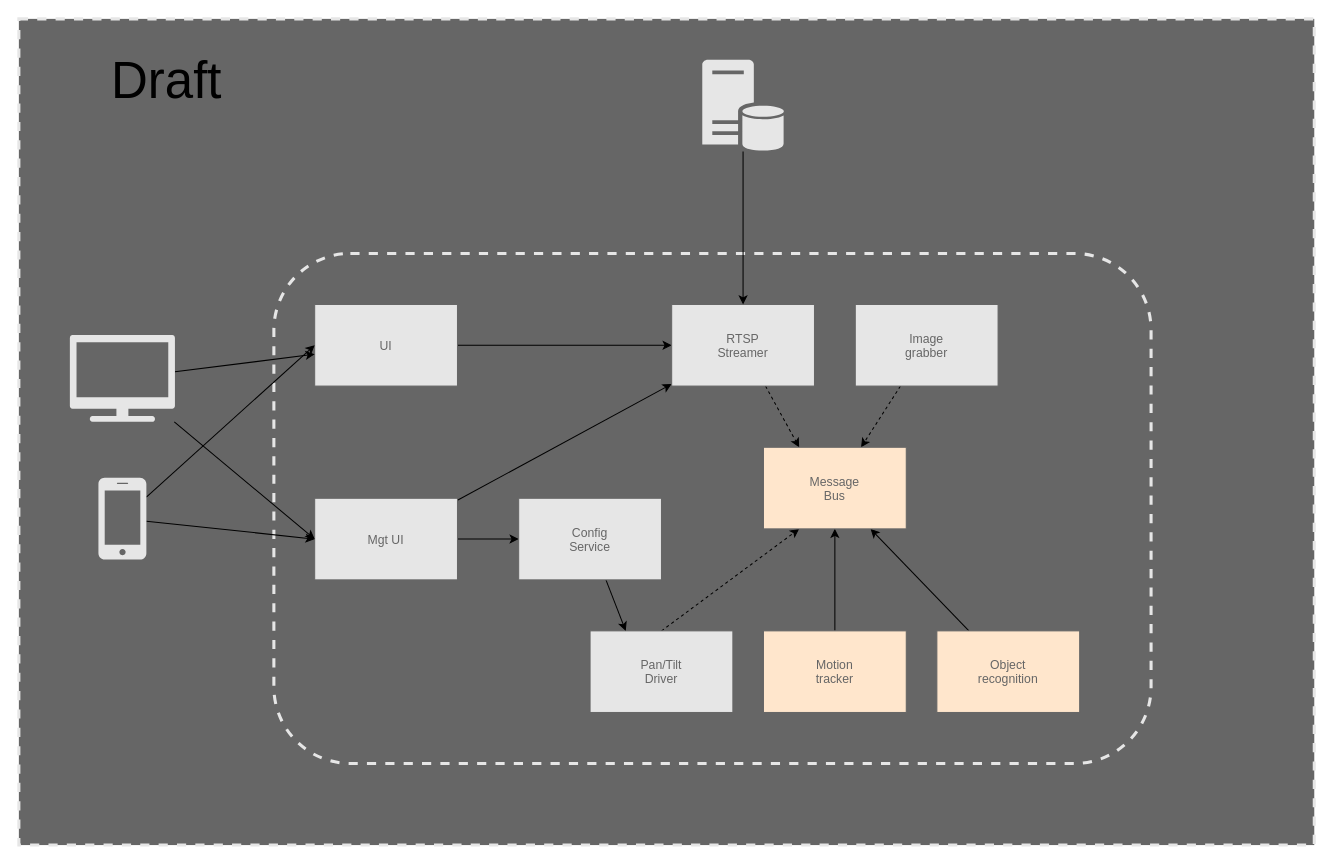
This is doc/images/architecture.drawio from tinkerfu-io/thivicam, a draw.io file, before an edit. Source tidied: cells renumbered, new cells numbered last; positions are measured from the earlier drawing's top-left corner, leaving out a move shared by most shapes. Both pictures are drawn from the tidied source at 102%, with x=0, y=0 at pixel (18, 18).
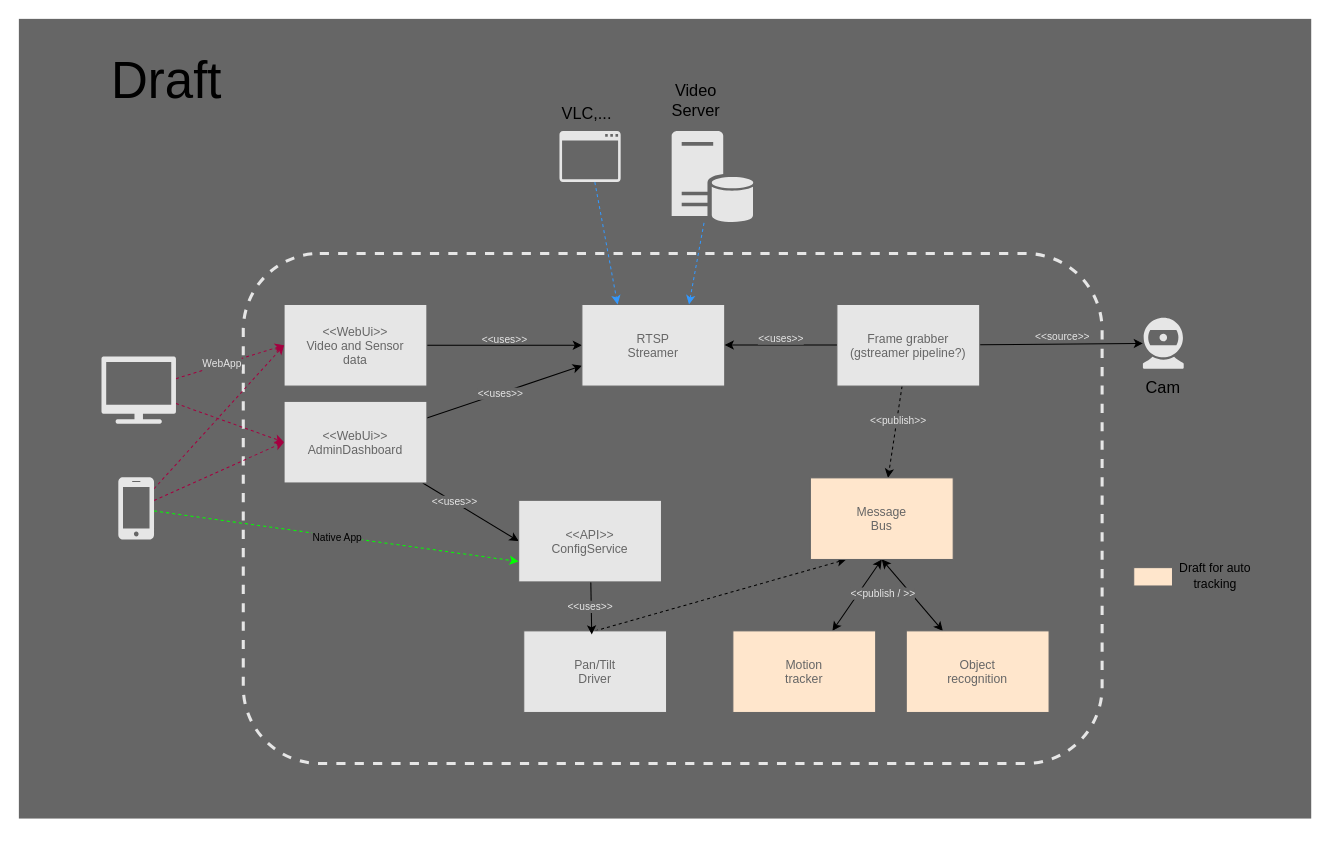
The same diagram, later.

Commit message (it also covers changes not shown here):
Updated software architecture draft

The change refers to these unchanged cells:
```xml
<mxCell id="4" style="edgeStyle=none;rounded=0;jumpSize=6;jettySize=auto;html=1;entryX=0;entryY=0.5;entryDx=0;entryDy=0;sourcePerimeterSpacing=0;endSize=6;targetPerimeterSpacing=0;strokeWidth=1;fontColor=#666666;" parent="1" edge="1" source="5" target="10">
  <mxGeometry relative="1" as="geometry" />
</mxCell>
<mxCell id="6" style="edgeStyle=none;rounded=0;jumpSize=6;jettySize=auto;html=1;entryX=0;entryY=0.5;entryDx=0;entryDy=0;sourcePerimeterSpacing=0;endSize=6;targetPerimeterSpacing=0;strokeWidth=1;fontColor=#666666;" parent="1" edge="1" source="8" target="21">
  <mxGeometry relative="1" as="geometry" />
</mxCell>
```

What changed in the source:
```diff
@@
-    <mxCell id="2" style="rounded=0;whiteSpace=wrap;html=1;dashed=1;strokeColor=#E6E6E6;strokeWidth=3;fontColor=#666666;fillColor=#666666;" parent="1" vertex="1">
-      <mxGeometry width="1270" height="810" as="geometry" />
+    <mxCell id="2" style="rounded=0;whiteSpace=wrap;html=1;dashed=1;strokeWidth=3;fontColor=#666666;fillColor=#666666;strokeColor=none;" parent="1" vertex="1">
+      <mxGeometry width="1267" height="784" as="geometry" />
     </mxCell>
     <mxCell id="3" style="rounded=1;whiteSpace=wrap;html=1;fontColor=#666666;fillColor=none;dashed=1;perimeterSpacing=3;strokeWidth=3;strokeColor=#E6E6E6;" parent="1" vertex="1">
-      <mxGeometry x="250" y="230" width="860" height="500" as="geometry" />
+      <mxGeometry x="220" y="230" width="842" height="500" as="geometry" />
     </mxCell>
@@
+    <mxCell id="31" value="&amp;lt;&amp;lt;uses&amp;gt;&amp;gt;" style="edgeLabel;html=1;align=center;verticalAlign=middle;fontSize=10;labelBackgroundColor=none;fontColor=#E6E6E6;" parent="4" vertex="1">
+      <mxGeometry x="-0.3" y="-1" relative="1" as="geometry">
+        <mxPoint x="22" y="-8" as="offset" />
+      </mxGeometry>
+    </mxCell>
-    <mxCell id="5" value="UI" style="fontStyle=0;strokeColor=#666666;fillColor=#E6E6E6;fontColor=#666666;" parent="1" vertex="1">
-      <mxGeometry x="290" y="280" width="140" height="80" as="geometry" />
+    <mxCell id="5" value="&lt;&lt;WebUi&gt;&gt;&#10;Video and Sensor&#10;data" style="fontStyle=0;strokeColor=#666666;fillColor=#E6E6E6;fontColor=#666666;" parent="1" vertex="1">
+      <mxGeometry x="260" y="280" width="140" height="80" as="geometry" />
     </mxCell>
@@
+    <mxCell id="32" value="&amp;lt;&amp;lt;uses&amp;gt;&amp;gt;" style="edgeLabel;html=1;align=center;verticalAlign=middle;fontSize=10;labelBackgroundColor=#666666;fontColor=#E6E6E6;" parent="6" vertex="1">
+      <mxGeometry x="-0.37" y="1" relative="1" as="geometry" />
+    </mxCell>
-    <mxCell id="7" style="edgeStyle=none;rounded=0;jumpSize=6;jettySize=auto;html=1;sourcePerimeterSpacing=0;endSize=6;targetPerimeterSpacing=0;strokeWidth=1;fontColor=#666666;" parent="1" edge="1" source="8" target="10">
+    <mxCell id="7" style="edgeStyle=none;rounded=0;jumpSize=6;jettySize=auto;html=1;sourcePerimeterSpacing=0;endSize=6;targetPerimeterSpacing=0;strokeWidth=1;fontColor=#666666;entryX=0;entryY=0.75;entryDx=0;entryDy=0;" parent="1" edge="1" source="8" target="10">
       <mxGeometry relative="1" as="geometry" />
     </mxCell>
+    <mxCell id="33" value="&amp;lt;&amp;lt;uses&amp;gt;&amp;gt;" style="edgeLabel;html=1;align=center;verticalAlign=middle;fontSize=10;fontColor=#E6E6E6;labelBackgroundColor=#666666;" parent="7" vertex="1">
+      <mxGeometry x="-0.2" relative="1" as="geometry">
+        <mxPoint x="10.8" y="-4" as="offset" />
+      </mxGeometry>
+    </mxCell>
-    <mxCell id="8" value="Mgt UI" style="fontStyle=0;strokeColor=#666666;fillColor=#E6E6E6;fontColor=#666666;" parent="1" vertex="1">
-      <mxGeometry x="290" y="470" width="140" height="80" as="geometry" />
+    <mxCell id="8" value="&lt;&lt;WebUi&gt;&gt;&#10;AdminDashboard" style="fontStyle=0;strokeColor=#666666;fillColor=#E6E6E6;fontColor=#666666;" parent="1" vertex="1">
+      <mxGeometry x="260" y="375" width="140" height="80" as="geometry" />
     </mxCell>
-    <mxCell id="9" style="edgeStyle=none;rounded=0;jettySize=auto;html=1;entryX=0.25;entryY=0;entryDx=0;entryDy=0;fontColor=#666666;dashed=1;strokeWidth=1;sourcePerimeterSpacing=0;targetPerimeterSpacing=0;endSize=6;jumpSize=6;" parent="1" edge="1" source="10" target="19">
-      <mxGeometry relative="1" as="geometry" />
-    </mxCell>
     <mxCell id="10" value="RTSP&#10;Streamer" style="fontStyle=0;strokeColor=#666666;fillColor=#E6E6E6;fontColor=#666666;" parent="1" vertex="1">
-      <mxGeometry x="640" y="280" width="140" height="80" as="geometry" />
+      <mxGeometry x="552" y="280" width="140" height="80" as="geometry" />
     </mxCell>
-    <mxCell id="11" style="edgeStyle=none;rounded=0;jettySize=auto;html=1;entryX=0.75;entryY=1;entryDx=0;entryDy=0;fontColor=#666666;" parent="1" edge="1" source="12" target="19">
+    <mxCell id="11" style="edgeStyle=none;rounded=0;jettySize=auto;html=1;entryX=0.5;entryY=1;entryDx=0;entryDy=0;fontColor=#666666;startArrow=classic;startFill=1;" parent="1" edge="1" source="12" target="19">
       <mxGeometry relative="1" as="geometry" />
     </mxCell>
     <mxCell id="12" value="Object&#10;recognition" style="fontStyle=0;strokeColor=#666666;fontColor=#666666;fillColor=#FFE6CC;" parent="1" vertex="1">
-      <mxGeometry x="900" y="600" width="140" height="80" as="geometry" />
+      <mxGeometry x="870" y="600" width="140" height="80" as="geometry" />
     </mxCell>
-    <mxCell id="13" style="edgeStyle=none;rounded=0;jettySize=auto;html=1;entryX=0.5;entryY=1;entryDx=0;entryDy=0;fontColor=#666666;" parent="1" edge="1" source="14" target="19">
+    <mxCell id="13" style="edgeStyle=none;rounded=0;jettySize=auto;html=1;entryX=0.5;entryY=1;entryDx=0;entryDy=0;fontColor=#666666;startArrow=classic;startFill=1;" parent="1" edge="1" source="14" target="19">
       <mxGeometry relative="1" as="geometry" />
     </mxCell>
     <mxCell id="14" value="Motion&#10;tracker" style="fontStyle=0;strokeColor=#666666;fontColor=#666666;fillColor=#FFE6CC;" parent="1" vertex="1">
-      <mxGeometry x="730" y="600" width="140" height="80" as="geometry" />
+      <mxGeometry x="700" y="600" width="140" height="80" as="geometry" />
     </mxCell>
@@
+    <mxCell id="34" style="edgeStyle=none;rounded=0;jettySize=auto;html=1;fontSize=18;" parent="1" edge="1" source="16" target="45">
+      <mxGeometry relative="1" as="geometry" />
+    </mxCell>
+    <mxCell id="35" value="&amp;lt;&amp;lt;source&amp;gt;&amp;gt;" style="edgeLabel;html=1;align=center;verticalAlign=middle;fontSize=10;fontColor=#E6E6E6;labelBackgroundColor=#666666;" parent="34" vertex="1">
+      <mxGeometry x="-0.18" y="-2" relative="1" as="geometry">
+        <mxPoint x="14.1" y="-10.9" as="offset" />
+      </mxGeometry>
+    </mxCell>
+    <mxCell id="36" value="&amp;lt;&amp;lt;publish&amp;gt;&amp;gt;" style="edgeLabel;html=1;align=center;verticalAlign=middle;fontSize=10;fontColor=#E6E6E6;labelBackgroundColor=#666666;" parent="34" vertex="1">
+      <mxGeometry x="-0.18" y="-2" relative="1" as="geometry">
+        <mxPoint x="-146.5" y="72.1" as="offset" />
+      </mxGeometry>
+    </mxCell>
-    <mxCell id="16" value="Image&#10;grabber" style="fontStyle=0;strokeColor=#666666;fillColor=#E6E6E6;fontColor=#666666;" parent="1" vertex="1">
-      <mxGeometry x="820" y="280" width="140" height="80" as="geometry" />
+    <mxCell id="16" value="Frame grabber&#10;(gstreamer pipeline?)" style="fontStyle=0;strokeColor=#666666;fillColor=#E6E6E6;fontColor=#666666;" parent="1" vertex="1">
+      <mxGeometry x="802" y="280" width="140" height="80" as="geometry" />
     </mxCell>
@@
     <mxCell id="18" value="Pan/Tilt&#10;Driver" style="fontStyle=0;strokeColor=#666666;fillColor=#E6E6E6;fontColor=#666666;" parent="1" vertex="1">
-      <mxGeometry x="560" y="600" width="140" height="80" as="geometry" />
+      <mxGeometry x="495" y="600" width="140" height="80" as="geometry" />
     </mxCell>
     <mxCell id="19" value="Message&#10;Bus" style="fontStyle=0;strokeColor=#666666;fontColor=#666666;fillColor=#FFE6CC;" parent="1" vertex="1">
-      <mxGeometry x="730" y="420" width="140" height="80" as="geometry" />
+      <mxGeometry x="776" y="450" width="140" height="80" as="geometry" />
     </mxCell>
-    <mxCell id="20" style="edgeStyle=none;rounded=0;jumpSize=6;jettySize=auto;html=1;entryX=0.25;entryY=0;entryDx=0;entryDy=0;sourcePerimeterSpacing=0;endSize=6;targetPerimeterSpacing=0;strokeWidth=1;fontColor=#666666;" parent="1" edge="1" source="21" target="18">
+    <mxCell id="20" style="edgeStyle=none;rounded=0;jumpSize=6;jettySize=auto;html=1;entryX=0.476;entryY=0.044;entryDx=0;entryDy=0;sourcePerimeterSpacing=0;endSize=6;targetPerimeterSpacing=0;strokeWidth=1;fontColor=#666666;entryPerimeter=0;" parent="1" edge="1" source="21" target="18">
       <mxGeometry relative="1" as="geometry" />
     </mxCell>
+    <mxCell id="37" value="&amp;lt;&amp;lt;uses&amp;gt;&amp;gt;" style="edgeLabel;html=1;align=center;verticalAlign=middle;fontSize=10;fontColor=#E6E6E6;labelBackgroundColor=#666666;" parent="20" vertex="1">
+      <mxGeometry x="0.42" y="-1" relative="1" as="geometry">
+        <mxPoint x="-0.4" y="-13.2" as="offset" />
+      </mxGeometry>
+    </mxCell>
-    <mxCell id="21" value="Config&#10;Service" style="fontStyle=0;strokeColor=#666666;fillColor=#E6E6E6;fontColor=#666666;" parent="1" vertex="1">
-      <mxGeometry x="490" y="470" width="140" height="80" as="geometry" />
+    <mxCell id="21" value="&lt;&lt;API&gt;&gt;&#10;ConfigService" style="fontStyle=0;strokeColor=#666666;fillColor=#E6E6E6;fontColor=#666666;" parent="1" vertex="1">
+      <mxGeometry x="490" y="472" width="140" height="80" as="geometry" />
     </mxCell>
-    <mxCell id="22" style="edgeStyle=none;rounded=0;jumpSize=6;jettySize=auto;html=1;sourcePerimeterSpacing=0;endSize=6;targetPerimeterSpacing=0;strokeWidth=1;fontColor=#666666;" parent="1" edge="1" source="23" target="10">
+    <mxCell id="22" style="edgeStyle=none;rounded=0;jumpSize=6;jettySize=auto;html=1;sourcePerimeterSpacing=0;endSize=6;targetPerimeterSpacing=0;strokeWidth=1;fontColor=#666666;entryX=0.75;entryY=0;entryDx=0;entryDy=0;fillColor=#d80073;dashed=1;strokeColor=#3399FF;" parent="1" edge="1" source="23" target="10">
       <mxGeometry relative="1" as="geometry" />
     </mxCell>
     <mxCell id="23" style="shadow=0;dashed=0;html=1;strokeColor=none;labelPosition=center;verticalLabelPosition=bottom;verticalAlign=top;outlineConnect=0;align=center;shape=mxgraph.office.databases.database_server;fontColor=#666666;fillColor=#E6E6E6;" parent="1" vertex="1">
-      <mxGeometry x="670" y="40" width="80" height="90" as="geometry" />
+      <mxGeometry x="640" y="110" width="80" height="90" as="geometry" />
     </mxCell>
-    <mxCell id="24" style="edgeStyle=none;rounded=0;jumpSize=6;jettySize=auto;html=1;entryX=0;entryY=0.5;entryDx=0;entryDy=0;sourcePerimeterSpacing=0;endSize=6;targetPerimeterSpacing=0;strokeWidth=1;fontColor=#666666;" parent="1" edge="1" source="26" target="5">
+    <mxCell id="24" style="edgeStyle=none;rounded=0;jumpSize=6;jettySize=auto;html=1;entryX=0;entryY=0.5;entryDx=0;entryDy=0;sourcePerimeterSpacing=0;endSize=6;targetPerimeterSpacing=0;strokeWidth=1;fontColor=#666666;fillColor=#d80073;strokeColor=#A50040;dashed=1;" parent="1" edge="1" source="26" target="5">
       <mxGeometry relative="1" as="geometry" />
     </mxCell>
-    <mxCell id="25" style="edgeStyle=none;rounded=0;jumpSize=6;jettySize=auto;html=1;entryX=0;entryY=0.5;entryDx=0;entryDy=0;sourcePerimeterSpacing=0;endSize=6;targetPerimeterSpacing=0;strokeWidth=1;fontColor=#666666;" parent="1" edge="1" source="26" target="8">
+    <mxCell id="25" style="edgeStyle=none;rounded=0;jumpSize=6;jettySize=auto;html=1;entryX=0;entryY=0.5;entryDx=0;entryDy=0;sourcePerimeterSpacing=0;endSize=6;targetPerimeterSpacing=0;strokeWidth=1;fontColor=#666666;fillColor=#d80073;strokeColor=#A50040;dashed=1;" parent="1" edge="1" source="26" target="8">
       <mxGeometry relative="1" as="geometry" />
     </mxCell>
+    <mxCell id="38" style="edgeStyle=none;rounded=0;jettySize=auto;html=1;entryX=0;entryY=0.75;entryDx=0;entryDy=0;fontSize=18;strokeColor=#00FF00;dashed=1;" parent="1" edge="1" source="26" target="21">
+      <mxGeometry relative="1" as="geometry" />
+    </mxCell>
+    <mxCell id="39" value="Native App" style="edgeLabel;html=1;align=center;verticalAlign=middle;fontSize=10;labelBackgroundColor=#666666;rotation=0;" parent="38" vertex="1">
+      <mxGeometry x="0.07" y="-1" relative="1" as="geometry">
+        <mxPoint x="-12.2" y="-2.9" as="offset" />
+      </mxGeometry>
+    </mxCell>
     <mxCell id="26" style="shadow=0;dashed=0;html=1;strokeColor=none;labelPosition=center;verticalLabelPosition=bottom;verticalAlign=top;outlineConnect=0;align=center;shape=mxgraph.office.devices.cell_phone_iphone_proportional;fontColor=#666666;fillColor=#E6E6E6;" parent="1" vertex="1">
-      <mxGeometry x="78" y="450" width="47" height="80" as="geometry" />
+      <mxGeometry x="97.5" y="449.5" width="35" height="61" as="geometry" />
     </mxCell>
-    <mxCell id="27" style="edgeStyle=none;rounded=0;jumpSize=6;jettySize=auto;html=1;sourcePerimeterSpacing=0;endSize=6;targetPerimeterSpacing=0;strokeWidth=1;fontColor=#666666;" parent="1" edge="1" source="29" target="5">
+    <mxCell id="27" style="edgeStyle=none;rounded=0;jumpSize=6;jettySize=auto;html=1;sourcePerimeterSpacing=0;endSize=6;targetPerimeterSpacing=0;strokeWidth=1;fontColor=#666666;entryX=0;entryY=0.5;entryDx=0;entryDy=0;fillColor=#d80073;strokeColor=#A50040;dashed=1;" parent="1" edge="1" source="29" target="5">
       <mxGeometry relative="1" as="geometry" />
     </mxCell>
+    <mxCell id="40" value="WebApp" style="edgeLabel;html=1;align=center;verticalAlign=middle;fontSize=10;labelBackgroundColor=#666666;rotation=0;fontColor=#E6E6E6;" parent="27" vertex="1">
+      <mxGeometry x="-0.35" y="2" relative="1" as="geometry">
+        <mxPoint x="11" y="-3.1" as="offset" />
+      </mxGeometry>
+    </mxCell>
-    <mxCell id="28" style="edgeStyle=none;rounded=0;jumpSize=6;jettySize=auto;html=1;entryX=0;entryY=0.5;entryDx=0;entryDy=0;sourcePerimeterSpacing=0;endSize=6;targetPerimeterSpacing=0;strokeWidth=1;fontColor=#666666;" parent="1" edge="1" source="29" target="8">
+    <mxCell id="28" style="edgeStyle=none;rounded=0;jumpSize=6;jettySize=auto;html=1;entryX=0;entryY=0.5;entryDx=0;entryDy=0;sourcePerimeterSpacing=0;endSize=6;targetPerimeterSpacing=0;strokeWidth=1;fontColor=#666666;fillColor=#d80073;strokeColor=#A50040;dashed=1;" parent="1" edge="1" source="29" target="8">
       <mxGeometry relative="1" as="geometry" />
     </mxCell>
     <mxCell id="29" style="shadow=0;dashed=0;html=1;strokeColor=none;labelPosition=center;verticalLabelPosition=bottom;verticalAlign=top;outlineConnect=0;align=center;shape=mxgraph.office.devices.tv;fontColor=#666666;fillColor=#E6E6E6;" parent="1" vertex="1">
-      <mxGeometry x="50" y="310" width="103" height="85" as="geometry" />
+      <mxGeometry x="81" y="331" width="73" height="66" as="geometry" />
     </mxCell>
@@
+    <mxCell id="41" value="Video&lt;br style=&quot;font-size: 16px;&quot;&gt;Server" style="text;html=1;strokeColor=none;fillColor=none;align=center;verticalAlign=middle;whiteSpace=wrap;rounded=0;fontSize=16;" parent="1" vertex="1">
+      <mxGeometry x="644" y="70" width="40" height="20" as="geometry" />
+    </mxCell>
+    <mxCell id="42" style="rounded=0;jettySize=auto;html=1;entryX=0.25;entryY=0;entryDx=0;entryDy=0;fontSize=18;fillColor=#d80073;dashed=1;strokeColor=#3399FF;" parent="1" edge="1" source="43" target="10">
+      <mxGeometry relative="1" as="geometry" />
+    </mxCell>
+    <mxCell id="43" style="shadow=0;dashed=0;html=1;strokeColor=none;labelPosition=center;verticalLabelPosition=bottom;verticalAlign=top;outlineConnect=0;align=center;shape=mxgraph.office.concepts.application_generic;fontSize=18;fillColor=#E6E6E6;" parent="1" vertex="1">
+      <mxGeometry x="530" y="110" width="60" height="50" as="geometry" />
+    </mxCell>
+    <mxCell id="44" value="VLC,..." style="text;html=1;strokeColor=none;fillColor=none;align=center;verticalAlign=middle;whiteSpace=wrap;rounded=0;fontSize=16;" parent="1" vertex="1">
+      <mxGeometry x="537" y="83" width="40" height="20" as="geometry" />
+    </mxCell>
+    <mxCell id="45" style="shadow=0;dashed=0;html=1;strokeColor=none;labelPosition=center;verticalLabelPosition=bottom;verticalAlign=top;outlineConnect=0;align=center;shape=mxgraph.office.devices.webcam;fontSize=18;fillColor=#E6E6E6;" parent="1" vertex="1">
+      <mxGeometry x="1102" y="293" width="40" height="50" as="geometry" />
+    </mxCell>
+    <mxCell id="46" value="Cam" style="text;html=1;strokeColor=none;fillColor=none;align=center;verticalAlign=middle;whiteSpace=wrap;rounded=0;fontSize=16;" parent="1" vertex="1">
+      <mxGeometry x="1102" y="351" width="40" height="20" as="geometry" />
+    </mxCell>
+    <mxCell id="47" style="edgeStyle=none;rounded=0;orthogonalLoop=1;jettySize=auto;html=1;fontSize=18;" parent="1" edge="1">
+      <mxGeometry relative="1" as="geometry">
+        <mxPoint x="802" y="319.8" as="sourcePoint" />
+        <mxPoint x="692" y="319.8" as="targetPoint" />
+      </mxGeometry>
+    </mxCell>
+    <mxCell id="48" value="&amp;lt;&amp;lt;uses&amp;gt;&amp;gt;" style="edgeLabel;html=1;align=center;verticalAlign=middle;fontSize=10;labelBackgroundColor=#666666;fontColor=#E6E6E6;" parent="47" vertex="1">
+      <mxGeometry x="0.18" relative="1" as="geometry">
+        <mxPoint x="9.8" y="-7.8" as="offset" />
+      </mxGeometry>
+    </mxCell>
+    <mxCell id="49" style="fontStyle=0;strokeColor=#666666;fontColor=#666666;fillColor=#FFE6CC;" parent="1" vertex="1">
+      <mxGeometry x="1093" y="538" width="38" height="18" as="geometry" />
+    </mxCell>
+    <mxCell id="50" value="Draft for auto tracking" style="text;html=1;strokeColor=none;fillColor=none;align=center;verticalAlign=middle;whiteSpace=wrap;rounded=0;fontSize=12;" parent="1" vertex="1">
+      <mxGeometry x="1124" y="536" width="98" height="20" as="geometry" />
+    </mxCell>
+    <mxCell id="51" value="&amp;lt;&amp;lt;publish / &amp;gt;&amp;gt;" style="edgeLabel;html=1;align=center;verticalAlign=middle;fontSize=10;fontColor=#E6E6E6;labelBackgroundColor=#666666;" parent="1" vertex="1">
+      <mxGeometry x="846" y="562" as="geometry" />
+    </mxCell>
```
